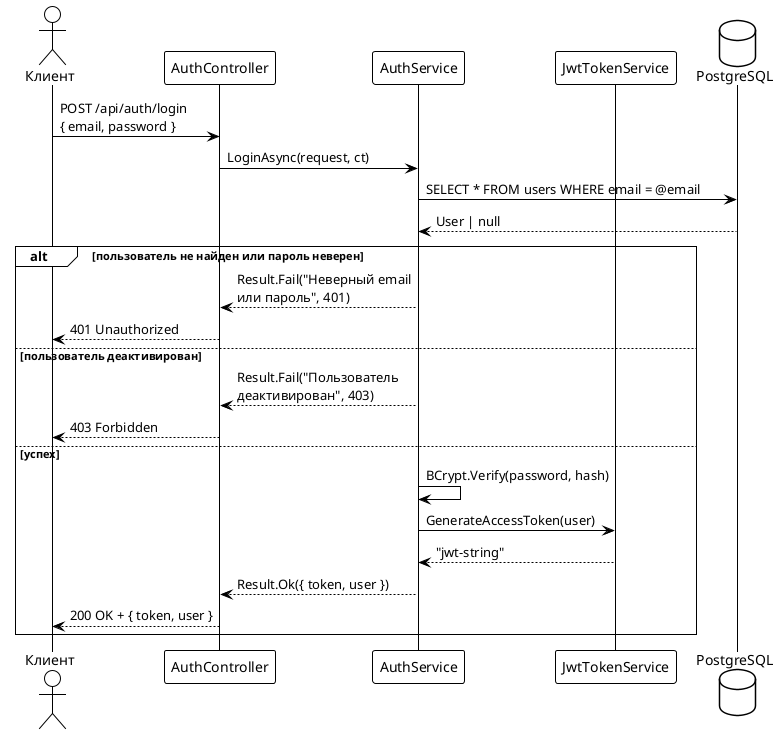
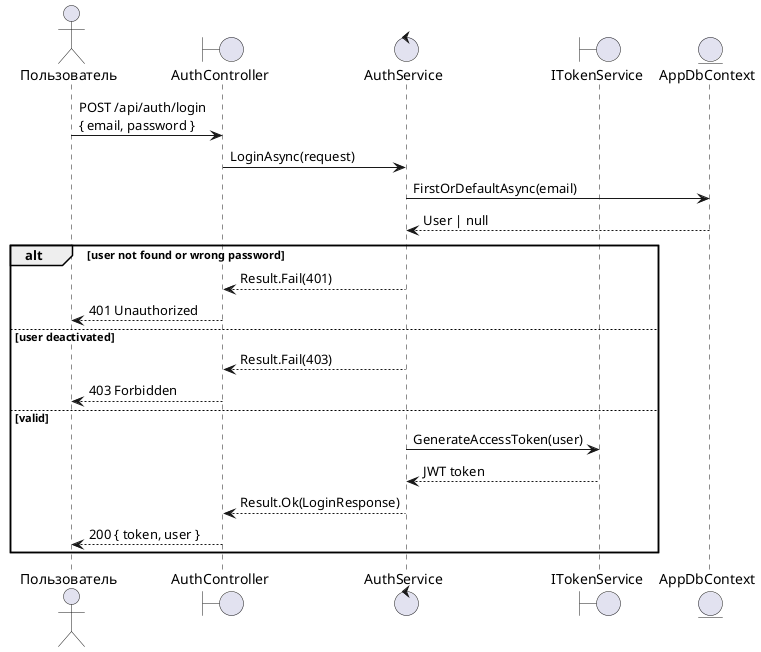
@startuml
- !theme plain
+ actor "Пользователь" as user
+ boundary "AuthController" as controller
+ control "AuthService" as service
+ boundary "ITokenService" as tokenService
+ entity "AppDbContext" as db

- actor "Клиент" as Client
- participant "AuthController" as Ctrl
- participant "AuthService" as Svc
- participant "JwtTokenService" as Token
- database "PostgreSQL" as DB
- 
- ' Flow логина
- Client -> Ctrl: POST /api/auth/login\n{ email, password }
- Ctrl -> Svc: LoginAsync(request, ct)
- Svc -> DB: SELECT * FROM users WHERE email = @email
- DB --> Svc: User | null
- 
- alt пользователь не найден или пароль неверен
-   Svc --> Ctrl: Result.Fail("Неверный email\nили пароль", 401)
-   Ctrl --> Client: 401 Unauthorized
- else пользователь деактивирован
-   Svc --> Ctrl: Result.Fail("Пользователь\nдеактивирован", 403)
-   Ctrl --> Client: 403 Forbidden
- else успех
-   Svc -> Svc: BCrypt.Verify(password, hash)
-   Svc -> Token: GenerateAccessToken(user)
-   Token --> Svc: "jwt-string"
-   Svc --> Ctrl: Result.Ok({ token, user })
-   Ctrl --> Client: 200 OK + { token, user }
+ user -> controller: POST /api/auth/login\n{ email, password }
+ controller -> service: LoginAsync(request)
+ service -> db: FirstOrDefaultAsync(email)
+ db --> service: User | null
+ alt user not found or wrong password
+   service --> controller: Result.Fail(401)
+   controller --> user: 401 Unauthorized
+ else user deactivated
+   service --> controller: Result.Fail(403)
+   controller --> user: 403 Forbidden
+ else valid
+   service -> tokenService: GenerateAccessToken(user)
+   tokenService --> service: JWT token
+   service --> controller: Result.Ok(LoginResponse)
+   controller --> user: 200 { token, user }
end
@enduml
